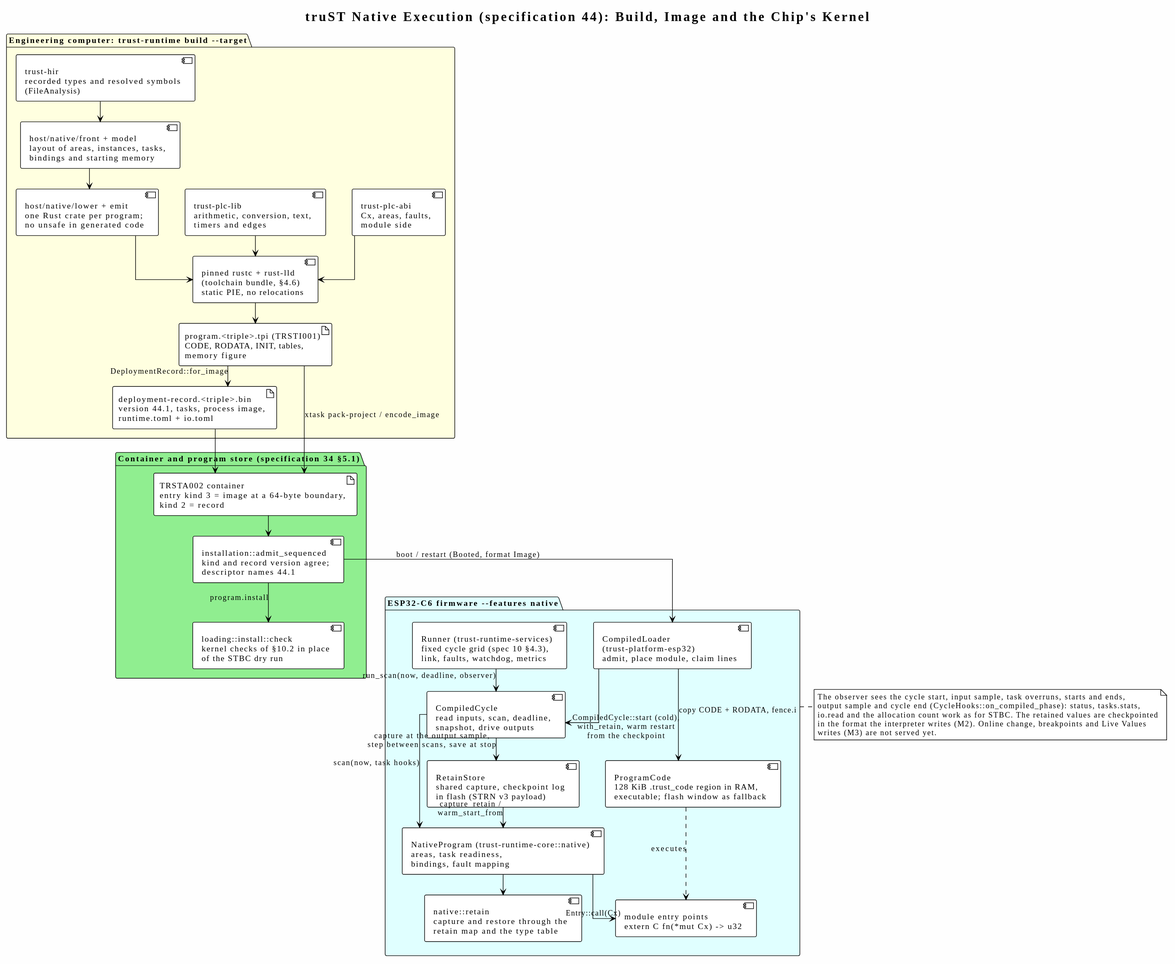
Before: docs/diagrams/generated/runtime-native-execution.svg, a diagram exported from PlantUML (johannesPettersson80/trust-platform).
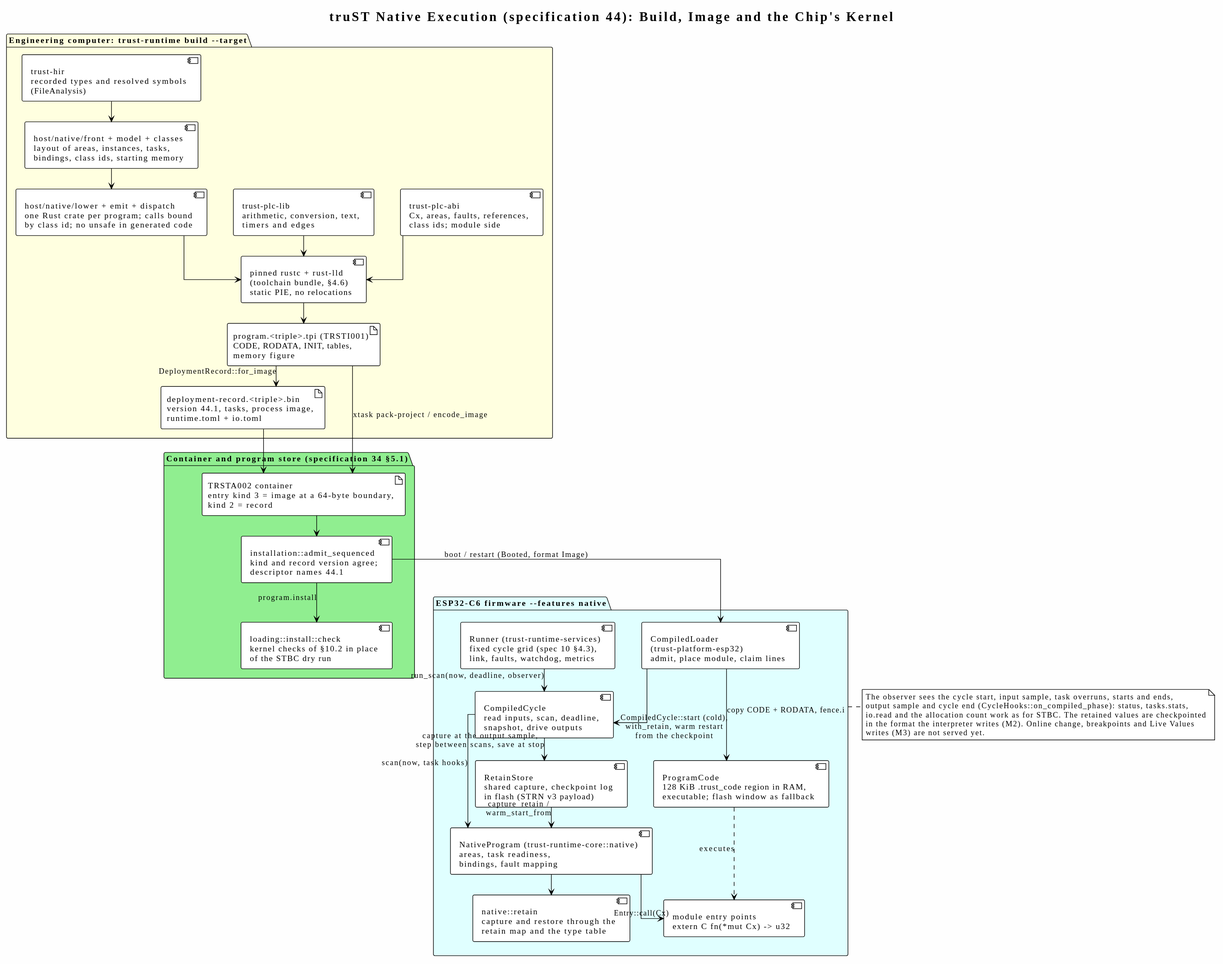
Above is the later version.

Diff of the diagram source:
```diff
@@ -11,11 +11,11 @@
 
 package "Engineering computer: trust-runtime build --target" as buildPkg #LightYellow {
     component "trust-hir\nrecorded types and resolved symbols\n(FileAnalysis)" as hir
-    component "host/native/front + model\nlayout of areas, instances, tasks,\nbindings and starting memory" as model
-    component "host/native/lower + emit\none Rust crate per program;\nno unsafe in generated code" as generator
+    component "host/native/front + model + classes\nlayout of areas, instances, tasks,\nbindings, class ids, starting memory" as model
+    component "host/native/lower + emit + dispatch\none Rust crate per program; calls bound\nby class id; no unsafe in generated code" as generator
     component "pinned rustc + rust-lld\n(toolchain bundle, §4.6)\nstatic PIE, no relocations" as toolchain
     component "trust-plc-lib\narithmetic, conversion, text,\ntimers and edges" as library
-    component "trust-plc-abi\nCx, areas, faults,\nmodule side" as abiModule
+    component "trust-plc-abi\nCx, areas, faults, references,\nclass ids; module side" as abiModule
     artifact "program.<triple>.tpi (TRSTI001)\nCODE, RODATA, INIT, tables,\nmemory figure" as image
     artifact "deployment-record.<triple>.bin\nversion 44.1, tasks, process image,\nruntime.toml + io.toml" as record
     hir --> model
```
